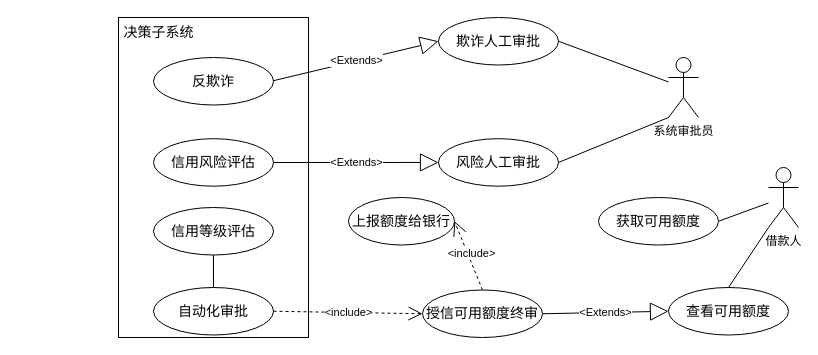
wuxiao-web/graduationThesis keeps this draw.io diagram as 授信审批用例图.drawio. Above is the earlier version. Source tidied: cells renumbered, new cells numbered last; positions are measured from the earlier drawing's top-left corner, leaving out a move shared by most shapes. Both pictures are drawn from the tidied source at 100%, with x=0, y=0 at pixel (113, 17).
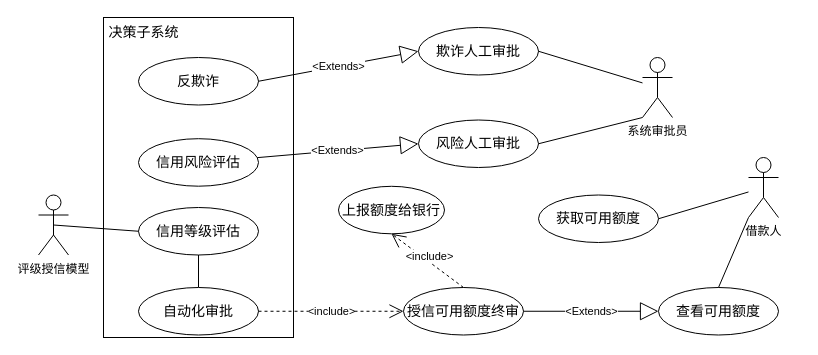
The same diagram, later.

Commit message:
更新授信审批用例图.drawio

Change to the diagram source:
```diff
@@
     <mxCell id="2" style="html=1;whiteSpace=wrap;" parent="1" vertex="1">
-      <mxGeometry x="5" width="190" height="320" as="geometry" />
+      <mxGeometry x="-10" width="190" height="320" as="geometry" />
     </mxCell>
     <mxCell id="3" value="&lt;font style=&quot;font-size: 14px;&quot;&gt;决策子系统&lt;/font&gt;" style="text;html=1;align=center;verticalAlign=middle;strokeColor=none;fillColor=none;" parent="1" vertex="1">
-      <mxGeometry width="90" height="30" as="geometry" />
+      <mxGeometry x="-15" width="90" height="30" as="geometry" />
     </mxCell>
     <mxCell id="4" value="&lt;span style=&quot;font-size: 14px;&quot;&gt;反欺诈&lt;/span&gt;" style="ellipse;whiteSpace=wrap;html=1;" parent="1" vertex="1">
-      <mxGeometry x="40" y="40" width="120" height="47.5" as="geometry" />
+      <mxGeometry x="25" y="40" width="120" height="47.5" as="geometry" />
     </mxCell>
     <mxCell id="5" value="&lt;span style=&quot;font-size: 14px;&quot;&gt;信用风险评估&lt;/span&gt;" style="ellipse;whiteSpace=wrap;html=1;" parent="1" vertex="1">
-      <mxGeometry x="40" y="121.2" width="120" height="47.5" as="geometry" />
+      <mxGeometry x="25" y="121.2" width="120" height="47.5" as="geometry" />
     </mxCell>
@@
     <mxCell id="7" value="&lt;span style=&quot;font-size: 14px;&quot;&gt;信用等级评估&lt;/span&gt;" style="ellipse;whiteSpace=wrap;html=1;" parent="1" vertex="1">
-      <mxGeometry x="40" y="190" width="120" height="47.5" as="geometry" />
+      <mxGeometry x="25" y="190" width="120" height="47.5" as="geometry" />
     </mxCell>
     <mxCell id="8" value="&lt;span style=&quot;font-size: 14px;&quot;&gt;自动化审批&lt;/span&gt;" style="ellipse;whiteSpace=wrap;html=1;" parent="1" vertex="1">
-      <mxGeometry x="40" y="270" width="120" height="47.5" as="geometry" />
+      <mxGeometry x="25" y="270" width="120" height="47.5" as="geometry" />
     </mxCell>
-    <mxCell id="9" value="&amp;lt;Extends&amp;gt;" style="endArrow=block;endSize=16;endFill=0;html=1;rounded=0;entryX=0;entryY=0.5;entryDx=0;entryDy=0;" parent="1" edge="1" target="10">
-      <mxGeometry relative="1" as="geometry">
-        <mxPoint x="160" y="63.2" as="sourcePoint" />
-      </mxGeometry>
+    <mxCell id="9" value="&amp;lt;Extends&amp;gt;" style="endArrow=block;endSize=16;endFill=0;html=1;rounded=0;entryX=0;entryY=0.5;entryDx=0;entryDy=0;exitX=1;exitY=0.5;exitDx=0;exitDy=0;" parent="1" edge="1" source="4" target="10">
+      <mxGeometry relative="1" as="geometry" />
     </mxCell>
     <mxCell id="10" value="&lt;span style=&quot;font-size: 14px;&quot;&gt;欺诈人工审批&lt;/span&gt;" style="ellipse;whiteSpace=wrap;html=1;" parent="1" vertex="1">
-      <mxGeometry x="325" width="120" height="47.5" as="geometry" />
+      <mxGeometry x="305" y="10" width="120" height="47.5" as="geometry" />
     </mxCell>
-    <mxCell id="11" value="&amp;lt;Extends&amp;gt;" style="endArrow=block;endSize=16;endFill=0;html=1;rounded=0;entryX=0;entryY=0.5;entryDx=0;entryDy=0;" parent="1" edge="1" target="12">
-      <mxGeometry relative="1" as="geometry">
-        <mxPoint x="160" y="145" as="sourcePoint" />
-      </mxGeometry>
+    <mxCell id="11" value="&amp;lt;Extends&amp;gt;" style="endArrow=block;endSize=16;endFill=0;html=1;rounded=0;entryX=0;entryY=0.5;entryDx=0;entryDy=0;" parent="1" edge="1" source="5" target="12">
+      <mxGeometry relative="1" as="geometry" />
     </mxCell>
     <mxCell id="12" value="&lt;span style=&quot;font-size: 14px;&quot;&gt;风险人工审批&lt;/span&gt;" style="ellipse;whiteSpace=wrap;html=1;" parent="1" vertex="1">
-      <mxGeometry x="325" y="121.2" width="120" height="47.5" as="geometry" />
+      <mxGeometry x="305" y="102.5" width="120" height="47.5" as="geometry" />
     </mxCell>
@@
     <mxCell id="15" value="系统审批员" style="shape=umlActor;verticalLabelPosition=bottom;verticalAlign=top;html=1;" parent="1" vertex="1">
-      <mxGeometry x="555" y="40" width="30" height="60" as="geometry" />
+      <mxGeometry x="529" y="40" width="30" height="60" as="geometry" />
     </mxCell>
     <mxCell id="16" value="&amp;lt;include&amp;gt;" style="endArrow=open;endSize=12;dashed=1;html=1;rounded=0;exitX=1;exitY=0.5;exitDx=0;exitDy=0;entryX=0;entryY=0.5;entryDx=0;entryDy=0;" parent="1" edge="1" source="8" target="17">
-      <mxGeometry relative="1" as="geometry" />
+      <mxGeometry x="0.01" relative="1" as="geometry" />
     </mxCell>
     <mxCell id="17" value="&lt;span style=&quot;font-size: 14px;&quot;&gt;授信可用额度终审&lt;/span&gt;" style="ellipse;whiteSpace=wrap;html=1;" parent="1" vertex="1">
-      <mxGeometry x="309" y="272.5" width="120" height="47.5" as="geometry" />
+      <mxGeometry x="290" y="270" width="120" height="47.5" as="geometry" />
     </mxCell>
@@
     <mxCell id="19" value="&lt;span style=&quot;font-size: 14px;&quot;&gt;查看可用额度&lt;/span&gt;" style="ellipse;whiteSpace=wrap;html=1;" parent="1" vertex="1">
-      <mxGeometry x="555" y="270" width="120" height="47.5" as="geometry" />
+      <mxGeometry x="545" y="270" width="120" height="47.5" as="geometry" />
     </mxCell>
@@
     <mxCell id="22" value="借款人" style="shape=umlActor;verticalLabelPosition=bottom;verticalAlign=top;html=1;" parent="1" vertex="1">
-      <mxGeometry x="655" y="150" width="30" height="60" as="geometry" />
+      <mxGeometry x="635" y="140" width="30" height="60" as="geometry" />
     </mxCell>
     <mxCell id="23" value="&lt;span style=&quot;font-size: 14px;&quot;&gt;获取可用额度&lt;/span&gt;" style="ellipse;whiteSpace=wrap;html=1;" parent="1" vertex="1">
-      <mxGeometry x="485" y="180" width="120" height="47.5" as="geometry" />
+      <mxGeometry x="425" y="177.5" width="120" height="47.5" as="geometry" />
     </mxCell>
     <mxCell id="24" value="&lt;span style=&quot;font-size: 14px;&quot;&gt;上报额度给银行&lt;/span&gt;" style="ellipse;whiteSpace=wrap;html=1;" parent="1" vertex="1">
-      <mxGeometry x="235" y="180" width="106" height="47.5" as="geometry" />
+      <mxGeometry x="225" y="168.8" width="106" height="47.5" as="geometry" />
     </mxCell>
-    <mxCell id="25" value="&amp;lt;include&amp;gt;" style="endArrow=open;endSize=12;dashed=1;html=1;rounded=0;exitX=0.5;exitY=0;exitDx=0;exitDy=0;entryX=1;entryY=0.5;entryDx=0;entryDy=0;" parent="1" edge="1" source="17" target="24">
+    <mxCell id="25" value="&amp;lt;include&amp;gt;" style="endArrow=open;endSize=12;dashed=1;html=1;rounded=0;exitX=0.5;exitY=0;exitDx=0;exitDy=0;entryX=0.5;entryY=1;entryDx=0;entryDy=0;" parent="1" edge="1" source="17" target="24">
       <mxGeometry x="0.02" y="-4" relative="1" as="geometry" />
     </mxCell>
+    <mxCell id="26" value="评级授信模型" style="shape=umlActor;verticalLabelPosition=bottom;verticalAlign=top;html=1;" parent="1" vertex="1">
+      <mxGeometry x="-75" y="177.5" width="30" height="60" as="geometry" />
+    </mxCell>
+    <mxCell id="27" style="rounded=0;jettySize=auto;html=1;entryX=0.5;entryY=0.5;entryDx=0;entryDy=0;endArrow=none;endFill=0;exitX=0;exitY=0.5;exitDx=0;exitDy=0;entryPerimeter=0;" parent="1" edge="1" source="7" target="26">
+      <mxGeometry relative="1" as="geometry" />
+    </mxCell>
```
